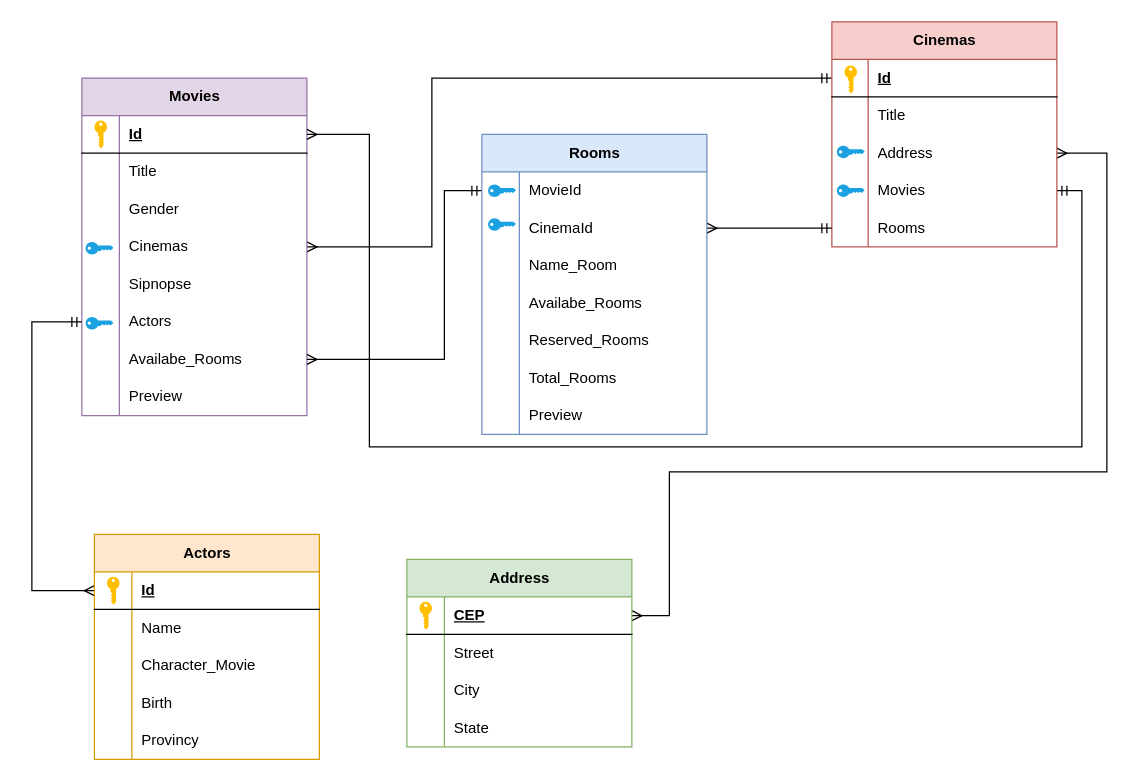
HugoAndreL/API_Cinema keeps this draw.io diagram as Diagram ER.drawio. Above is the earlier version. Source tidied: cells renumbered, new cells numbered last; positions are measured from the earlier drawing's top-left corner, leaving out a move shared by most shapes. Both pictures are drawn from the tidied source at 125%, with x=0, y=0 at pixel (31, 21).
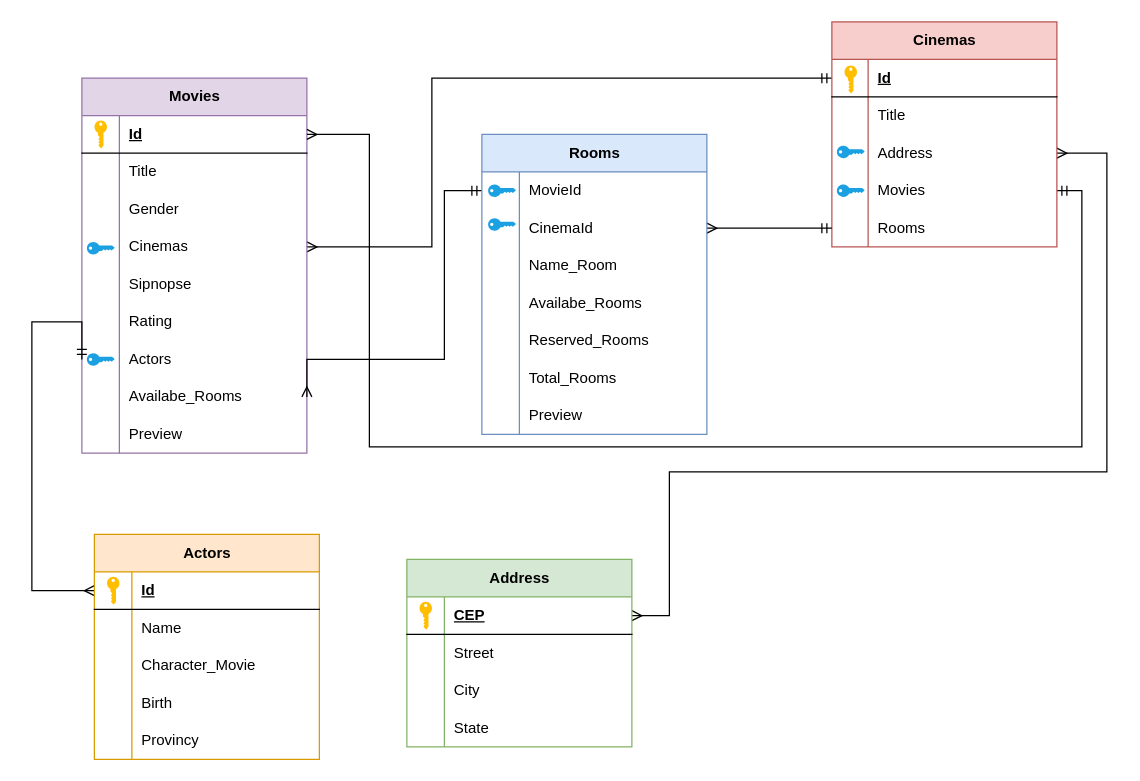
The same diagram, later.

The edit, as a diff of the source:
```diff
@@
     <mxCell id="3" value="Movies" style="shape=table;startSize=30;childLayout=tableLayout;rowLines=0;fontStyle=1;align=center;html=1;fillColor=#e1d5e7;strokeColor=#9673a6;" parent="1" vertex="1">
-      <mxGeometry x="40" y="45" width="180" height="270" as="geometry" />
+      <mxGeometry x="40" y="45" width="180" height="300" as="geometry" />
     </mxCell>
@@
+    <mxCell id="115" style="shape=tableRow;horizontal=0;startSize=0;swimlaneHead=0;swimlaneBody=0;fillColor=none;top=0;left=0;right=0;bottom=0;" parent="3" vertex="1">
+      <mxGeometry y="180" width="180" height="30" as="geometry" />
+    </mxCell>
+    <mxCell id="116" style="shape=partialRectangle;fillColor=none;top=0;left=0;bottom=0;right=0;overflow=hidden;whiteSpace=wrap;html=1;" parent="115" vertex="1">
+      <mxGeometry width="30" height="30" as="geometry" />
+    </mxCell>
+    <mxCell id="117" value="Rating" style="shape=partialRectangle;fillColor=none;top=0;left=0;bottom=0;right=0;align=left;spacingLeft=6;overflow=hidden;whiteSpace=wrap;html=1;" parent="115" vertex="1">
+      <mxGeometry x="30" width="150" height="30" as="geometry" />
+    </mxCell>
     <mxCell id="19" style="shape=tableRow;horizontal=0;startSize=0;swimlaneHead=0;swimlaneBody=0;fillColor=none;points=[[0,0.5],[1,0.5]];portConstraint=eastwest;top=0;left=0;right=0;bottom=0;" parent="3" vertex="1">
-      <mxGeometry y="180" width="180" height="30" as="geometry" />
+      <mxGeometry y="210" width="180" height="30" as="geometry" />
     </mxCell>
@@
     <mxCell id="22" style="shape=tableRow;horizontal=0;startSize=0;swimlaneHead=0;swimlaneBody=0;fillColor=none;points=[[0,0.5],[1,0.5]];portConstraint=eastwest;top=0;left=0;right=0;bottom=0;" parent="3" vertex="1">
-      <mxGeometry y="210" width="180" height="30" as="geometry" />
+      <mxGeometry y="240" width="180" height="30" as="geometry" />
     </mxCell>
@@
     <mxCell id="25" style="shape=tableRow;horizontal=0;startSize=0;swimlaneHead=0;swimlaneBody=0;fillColor=none;top=0;left=0;right=0;bottom=0;" parent="3" vertex="1">
-      <mxGeometry y="240" width="180" height="30" as="geometry" />
+      <mxGeometry y="270" width="180" height="30" as="geometry" />
     </mxCell>
@@
     <mxCell id="29" style="verticalLabelPosition=bottom;sketch=0;html=1;verticalAlign=top;align=center;shape=mxgraph.cisco19.key;fillColor=#1ba1e2;strokeColor=#006EAF;fontColor=#ffffff;" parent="1" vertex="1">
-      <mxGeometry x="43" y="176" width="22.2" height="10" as="geometry" />
+      <mxGeometry x="44" y="176" width="22.2" height="10" as="geometry" />
     </mxCell>
     <mxCell id="30" style="verticalLabelPosition=bottom;sketch=0;html=1;verticalAlign=top;align=center;shape=mxgraph.cisco19.key;fillColor=#1ba1e2;strokeColor=#006EAF;fontColor=#ffffff;" parent="1" vertex="1">
-      <mxGeometry x="43" y="236" width="22.2" height="10" as="geometry" />
+      <mxGeometry x="44" y="265" width="22.2" height="10" as="geometry" />
     </mxCell>
```
